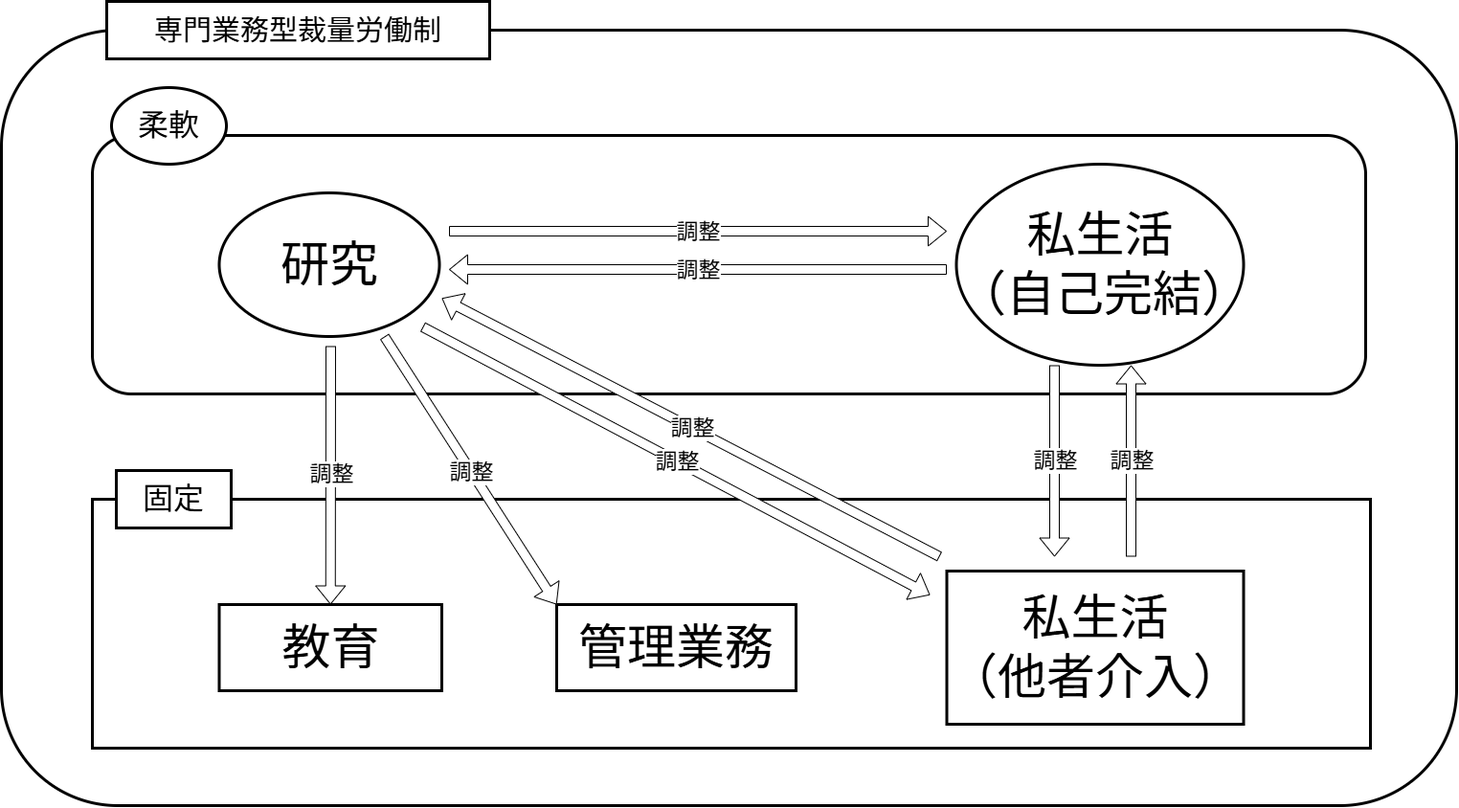
The draw.io diagram Figure/fig_専門業務型裁量労働制下の生活構造.png in ots-szk/Res_syuron, before a commit. Source tidied: cells renumbered, new cells last; positions are measured from the earlier drawing's top-left corner, leaving out a move shared by most shapes.
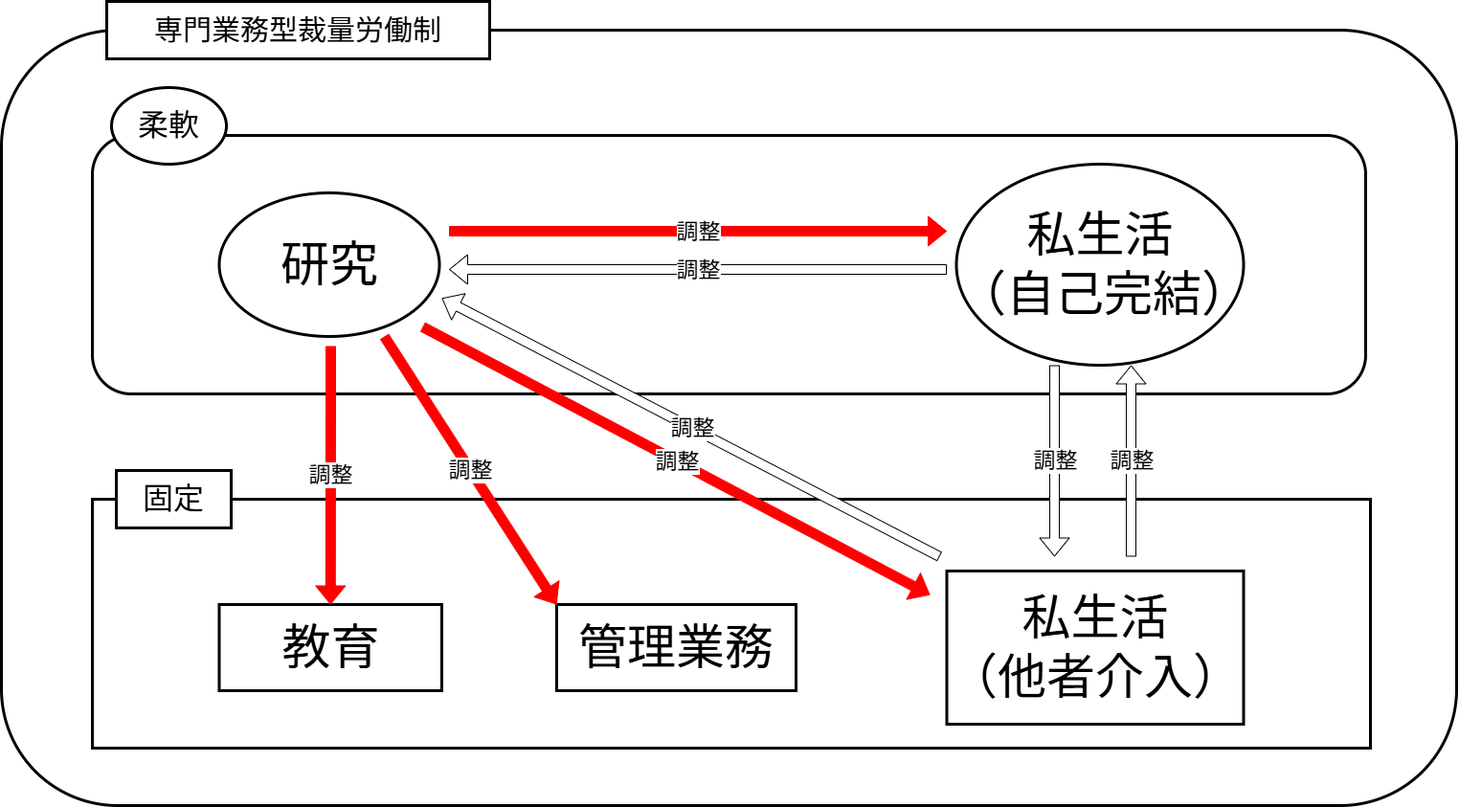
The same file after the commit.

Change to the diagram source:
```diff
@@ -23,7 +23,7 @@
     <mxCell id="8" value="&lt;font style=&quot;color: light-dark(rgb(0, 0, 0), rgb(0, 0, 0)); font-size: 51px;&quot;&gt;私生活&lt;/font&gt;&lt;div&gt;&lt;font style=&quot;color: light-dark(rgb(0, 0, 0), rgb(0, 0, 0)); font-size: 51px;&quot;&gt;（自己完結）&lt;/font&gt;&lt;/div&gt;" style="ellipse;whiteSpace=wrap;html=1;fontSize=32;fillColor=light-dark(#FFFFFF,#FFFFFF);strokeColor=light-dark(#000000,#000000);fontColor=light-dark(#000000,#000000);strokeWidth=3;" parent="1" vertex="1">
       <mxGeometry x="997.5" y="170" width="300" height="210" as="geometry" />
     </mxCell>
-    <mxCell id="9" style="shape=flexArrow;endArrow=classic;html=1;exitX=1;exitY=0.5;exitDx=0;exitDy=0;strokeColor=light-dark(#000000,#000000);fillColor=default;" parent="1" edge="1">
+    <mxCell id="9" style="shape=flexArrow;endArrow=classic;html=1;exitX=1;exitY=0.5;exitDx=0;exitDy=0;strokeColor=light-dark(#FF0000,#000000);fillColor=#FF0000;" parent="1" edge="1">
       <mxGeometry relative="1" as="geometry">
         <mxPoint x="467.5" y="240" as="sourcePoint" />
         <mxPoint x="987.5" y="240" as="targetPoint" />
@@ -53,7 +53,7 @@
     <mxCell id="16" value="&lt;span style=&quot;font-size: 51px;&quot;&gt;&lt;font style=&quot;color: light-dark(rgb(0, 0, 0), rgb(0, 0, 0));&quot;&gt;私生活&lt;br&gt;&lt;/font&gt;&lt;/span&gt;&lt;div&gt;&lt;span style=&quot;font-size: 51px;&quot;&gt;&lt;font style=&quot;color: light-dark(rgb(0, 0, 0), rgb(0, 0, 0));&quot;&gt;（他者介入）&lt;/font&gt;&lt;/span&gt;&lt;/div&gt;" style="rounded=0;whiteSpace=wrap;html=1;fillColor=light-dark(#FFFFFF,#FFFFFF);strokeColor=light-dark(#000000,#000000);strokeWidth=3;" parent="1" vertex="1">
       <mxGeometry x="987.5" y="595" width="310" height="160" as="geometry" />
     </mxCell>
-    <mxCell id="17" style="shape=flexArrow;endArrow=classic;html=1;strokeColor=light-dark(#000000,#FF0000);fillColor=light-dark(#FFFFFF,#FF0000);" parent="1" edge="1">
+    <mxCell id="17" style="shape=flexArrow;endArrow=classic;html=1;strokeColor=light-dark(#FF0000,#FF0000);fillColor=light-dark(#FF0000,#FF0000);" parent="1" edge="1">
       <mxGeometry relative="1" as="geometry">
         <mxPoint x="440" y="340" as="sourcePoint" />
         <mxPoint x="970" y="620" as="targetPoint" />
@@ -62,7 +62,7 @@
     <mxCell id="18" value="&lt;font style=&quot;font-size: 23px; color: light-dark(rgb(0, 0, 0), rgb(0, 0, 0)); background-color: light-dark(rgb(255, 255, 255), rgb(255, 255, 255));&quot;&gt;調整&lt;/font&gt;" style="edgeLabel;html=1;align=center;verticalAlign=middle;" parent="17" vertex="1">
       <mxGeometry relative="1" as="geometry" />
     </mxCell>
-    <mxCell id="19" style="shape=flexArrow;endArrow=classic;html=1;strokeColor=light-dark(#000000,#FF0000);fillColor=light-dark(#FFFFFF,#FF0000);entryX=0.5;entryY=0;entryDx=0;entryDy=0;" parent="1" edge="1" target="14">
+    <mxCell id="19" style="shape=flexArrow;endArrow=classic;html=1;strokeColor=light-dark(#FF0000,#FF0000);fillColor=light-dark(#FF0000,#FF0000);entryX=0.5;entryY=0;entryDx=0;entryDy=0;" parent="1" edge="1" target="14">
       <mxGeometry relative="1" as="geometry">
         <mxPoint x="344" y="360" as="sourcePoint" />
       </mxGeometry>
@@ -72,7 +72,7 @@
         <mxPoint y="-1" as="offset" />
       </mxGeometry>
     </mxCell>
-    <mxCell id="21" style="shape=flexArrow;endArrow=classic;html=1;strokeColor=light-dark(#000000,#FF0000);fillColor=light-dark(#FFFFFF,#FF0000);entryX=0;entryY=0;entryDx=0;entryDy=0;" parent="1" edge="1" target="15">
+    <mxCell id="21" style="shape=flexArrow;endArrow=classic;html=1;strokeColor=light-dark(#FF0000,#FF0000);fillColor=light-dark(#FF0000,#FF0000);entryX=0;entryY=0;entryDx=0;entryDy=0;" parent="1" edge="1" target="15">
       <mxGeometry relative="1" as="geometry">
         <mxPoint x="400" y="350" as="sourcePoint" />
       </mxGeometry>
```
